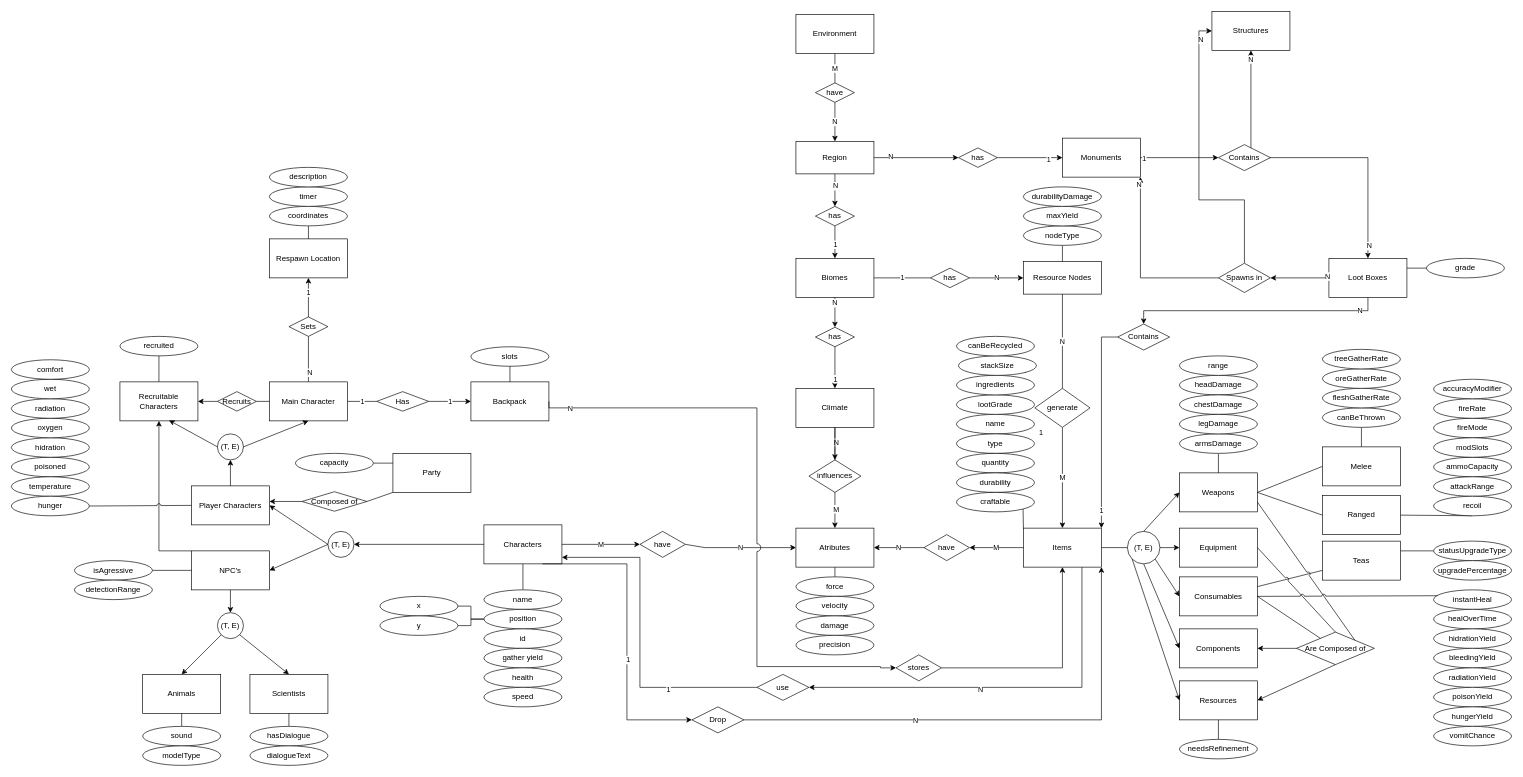
Earlier version of the draw.io diagram 1. Modelo Entidade Relacionamento/MER.drawio (SBD1/Grupo_9_Rust). Source tidied: cells renumbered, new cells numbered last; positions are measured from the earlier drawing's top-left corner, leaving out a move shared by most shapes. Both pictures are drawn from the tidied source at 65%, with x=0, y=0 at pixel (11, 11).
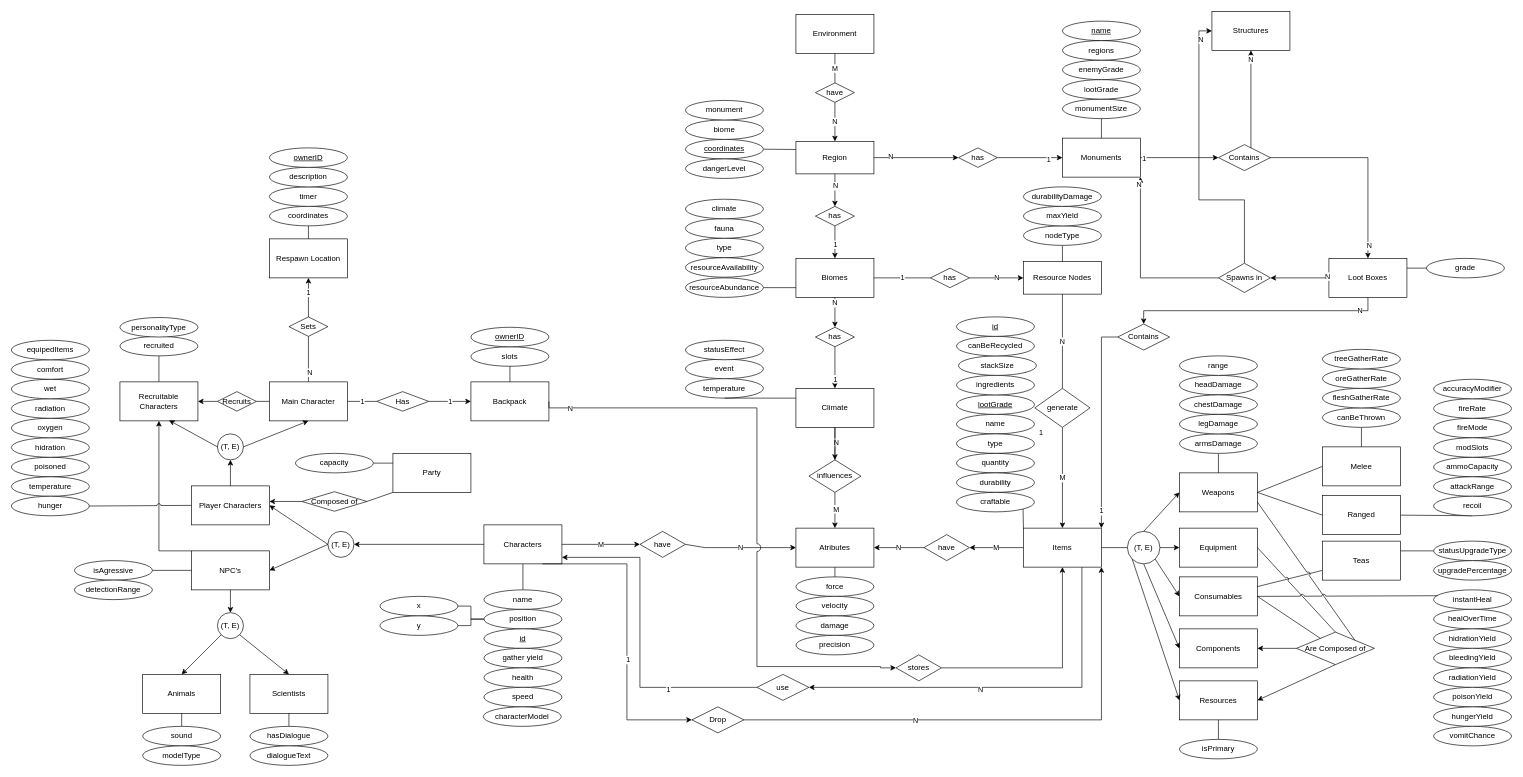
After the change.

Commit message:
Updating various sections, mainly enviroment

Unchanged cells that the change refers to:
```xml
<mxCell id="59" value="Biomes" style="rounded=0;whiteSpace=wrap;html=1;" parent="1" vertex="1">
  <mxGeometry x="1207" y="380" width="120" height="60" as="geometry" />
</mxCell>
<mxCell id="60" value="Region" style="rounded=0;whiteSpace=wrap;html=1;" parent="1" vertex="1">
  <mxGeometry x="1207" y="200" width="120" height="50" as="geometry" />
</mxCell>
<mxCell id="63" value="Monuments" style="rounded=0;whiteSpace=wrap;html=1;" parent="1" vertex="1">
  <mxGeometry x="1617" y="195" width="120" height="60" as="geometry" />
</mxCell>
<mxCell id="70" value="Climate" style="rounded=0;whiteSpace=wrap;html=1;" parent="1" vertex="1">
  <mxGeometry x="1207" y="580" width="120" height="60" as="geometry" />
</mxCell>
```

The edit, as a diff of the source:
```diff
@@
-    <mxCell id="138" value="id" style="ellipse;whiteSpace=wrap;html=1;" parent="1" vertex="1">
+    <mxCell id="138" value="id" style="ellipse;whiteSpace=wrap;html=1;fontStyle=4;" parent="1" vertex="1">
       <mxGeometry x="727" y="950" width="120" height="30" as="geometry" />
     </mxCell>
@@
-    <mxCell id="187" value="lootGrade" style="ellipse;whiteSpace=wrap;html=1;" parent="1" vertex="1">
+    <mxCell id="187" value="lootGrade" style="ellipse;whiteSpace=wrap;html=1;fontStyle=4;" parent="1" vertex="1">
       <mxGeometry x="1454" y="590" width="120" height="30" as="geometry" />
     </mxCell>
@@
-    <mxCell id="207" value="needsRefinement" style="ellipse;whiteSpace=wrap;html=1;" parent="1" vertex="1">
+    <mxCell id="207" value="isPrimary" style="ellipse;whiteSpace=wrap;html=1;" parent="1" vertex="1">
       <mxGeometry x="1797" y="1120" width="120" height="30" as="geometry" />
     </mxCell>
@@
+    <mxCell id="237" value="personalityType" style="ellipse;whiteSpace=wrap;html=1;" parent="1" vertex="1">
+      <mxGeometry x="167" y="471" width="120" height="30" as="geometry" />
+    </mxCell>
+    <mxCell id="238" value="characterModel" style="ellipse;whiteSpace=wrap;html=1;" parent="1" vertex="1">
+      <mxGeometry x="726" y="1070" width="120" height="30" as="geometry" />
+    </mxCell>
+    <mxCell id="239" value="equipedItems" style="ellipse;whiteSpace=wrap;html=1;" parent="1" vertex="1">
+      <mxGeometry y="506" width="120" height="30" as="geometry" />
+    </mxCell>
+    <mxCell id="240" value="type" style="ellipse;whiteSpace=wrap;html=1;" parent="1" vertex="1">
+      <mxGeometry x="1037" y="349" width="120" height="30" as="geometry" />
+    </mxCell>
+    <mxCell id="241" value="resourceAvailability" style="ellipse;whiteSpace=wrap;html=1;" parent="1" vertex="1">
+      <mxGeometry x="1037" y="379" width="120" height="30" as="geometry" />
+    </mxCell>
+    <mxCell id="242" style="edgeStyle=none;rounded=0;jettySize=auto;html=1;exitX=1;exitY=0.5;exitDx=0;exitDy=0;entryX=0;entryY=0.75;entryDx=0;entryDy=0;endArrow=none;endFill=0;" parent="1" edge="1" source="243" target="59">
+      <mxGeometry relative="1" as="geometry" />
+    </mxCell>
+    <mxCell id="243" value="resourceAbundance" style="ellipse;whiteSpace=wrap;html=1;" parent="1" vertex="1">
+      <mxGeometry x="1037" y="410" width="120" height="30" as="geometry" />
+    </mxCell>
+    <mxCell id="244" value="temperature" style="ellipse;whiteSpace=wrap;html=1;" parent="1" vertex="1">
+      <mxGeometry x="1037" y="565" width="120" height="30" as="geometry" />
+    </mxCell>
+    <mxCell id="245" value="event" style="ellipse;whiteSpace=wrap;html=1;" parent="1" vertex="1">
+      <mxGeometry x="1037" y="535" width="120" height="30" as="geometry" />
+    </mxCell>
+    <mxCell id="246" style="endArrow=none;html=1;rounded=0;exitX=0.5;exitY=1;exitDx=0;exitDy=0;entryX=0;entryY=0.25;entryDx=0;entryDy=0;" parent="1" edge="1" source="244" target="70">
+      <mxGeometry relative="1" as="geometry" />
+    </mxCell>
+    <mxCell id="247" value="statusEffect" style="ellipse;whiteSpace=wrap;html=1;" parent="1" vertex="1">
+      <mxGeometry x="1037" y="506" width="120" height="30" as="geometry" />
+    </mxCell>
+    <mxCell id="248" style="edgeStyle=none;rounded=0;jettySize=auto;html=1;exitX=1;exitY=0.5;exitDx=0;exitDy=0;entryX=0;entryY=0.25;entryDx=0;entryDy=0;endArrow=none;endFill=0;" parent="1" edge="1" source="249" target="60">
+      <mxGeometry relative="1" as="geometry" />
+    </mxCell>
+    <mxCell id="249" value="coordinates" style="ellipse;whiteSpace=wrap;html=1;fontStyle=4;" parent="1" vertex="1">
+      <mxGeometry x="1037" y="197" width="120" height="30" as="geometry" />
+    </mxCell>
+    <mxCell id="250" value="dangerLevel" style="ellipse;whiteSpace=wrap;html=1;" parent="1" vertex="1">
+      <mxGeometry x="1037" y="227" width="120" height="30" as="geometry" />
+    </mxCell>
+    <mxCell id="251" value="fauna" style="ellipse;whiteSpace=wrap;html=1;" parent="1" vertex="1">
+      <mxGeometry x="1037" y="319" width="120" height="30" as="geometry" />
+    </mxCell>
+    <mxCell id="252" value="biome" style="ellipse;whiteSpace=wrap;html=1;" parent="1" vertex="1">
+      <mxGeometry x="1037" y="167" width="120" height="30" as="geometry" />
+    </mxCell>
+    <mxCell id="253" value="monument" style="ellipse;whiteSpace=wrap;html=1;" parent="1" vertex="1">
+      <mxGeometry x="1037" y="137" width="120" height="30" as="geometry" />
+    </mxCell>
+    <mxCell id="254" value="climate" style="ellipse;whiteSpace=wrap;html=1;" parent="1" vertex="1">
+      <mxGeometry x="1037" y="289" width="120" height="30" as="geometry" />
+    </mxCell>
+    <mxCell id="255" style="edgeStyle=none;rounded=0;jettySize=auto;html=1;exitX=0.5;exitY=1;exitDx=0;exitDy=0;entryX=0.5;entryY=0;entryDx=0;entryDy=0;endArrow=none;endFill=0;" parent="1" edge="1" source="256" target="63">
+      <mxGeometry relative="1" as="geometry" />
+    </mxCell>
+    <mxCell id="256" value="monumentSize" style="ellipse;whiteSpace=wrap;html=1;" parent="1" vertex="1">
+      <mxGeometry x="1617" y="135" width="120" height="30" as="geometry" />
+    </mxCell>
+    <mxCell id="257" value="lootGrade" style="ellipse;whiteSpace=wrap;html=1;" parent="1" vertex="1">
+      <mxGeometry x="1617" y="105" width="120" height="30" as="geometry" />
+    </mxCell>
+    <mxCell id="258" value="enemyGrade" style="ellipse;whiteSpace=wrap;html=1;" parent="1" vertex="1">
+      <mxGeometry x="1617" y="75" width="120" height="30" as="geometry" />
+    </mxCell>
+    <mxCell id="259" value="name" style="ellipse;whiteSpace=wrap;html=1;fontStyle=4;" parent="1" vertex="1">
+      <mxGeometry x="1617" y="15" width="120" height="30" as="geometry" />
+    </mxCell>
+    <mxCell id="260" value="regions" style="ellipse;whiteSpace=wrap;html=1;fontStyle=0;" parent="1" vertex="1">
+      <mxGeometry x="1617" y="45" width="120" height="30" as="geometry" />
+    </mxCell>
+    <mxCell id="261" value="ownerID" style="ellipse;whiteSpace=wrap;html=1;fontStyle=4;" parent="1" vertex="1">
+      <mxGeometry x="707" y="486" width="120" height="30" as="geometry" />
+    </mxCell>
+    <mxCell id="262" value="ownerID" style="ellipse;whiteSpace=wrap;html=1;fontStyle=4;" parent="1" vertex="1">
+      <mxGeometry x="397" y="210" width="120" height="30" as="geometry" />
+    </mxCell>
+    <mxCell id="263" value="id" style="ellipse;whiteSpace=wrap;html=1;fontStyle=4;" parent="1" vertex="1">
+      <mxGeometry x="1454" y="470" width="120" height="30" as="geometry" />
+    </mxCell>
```
